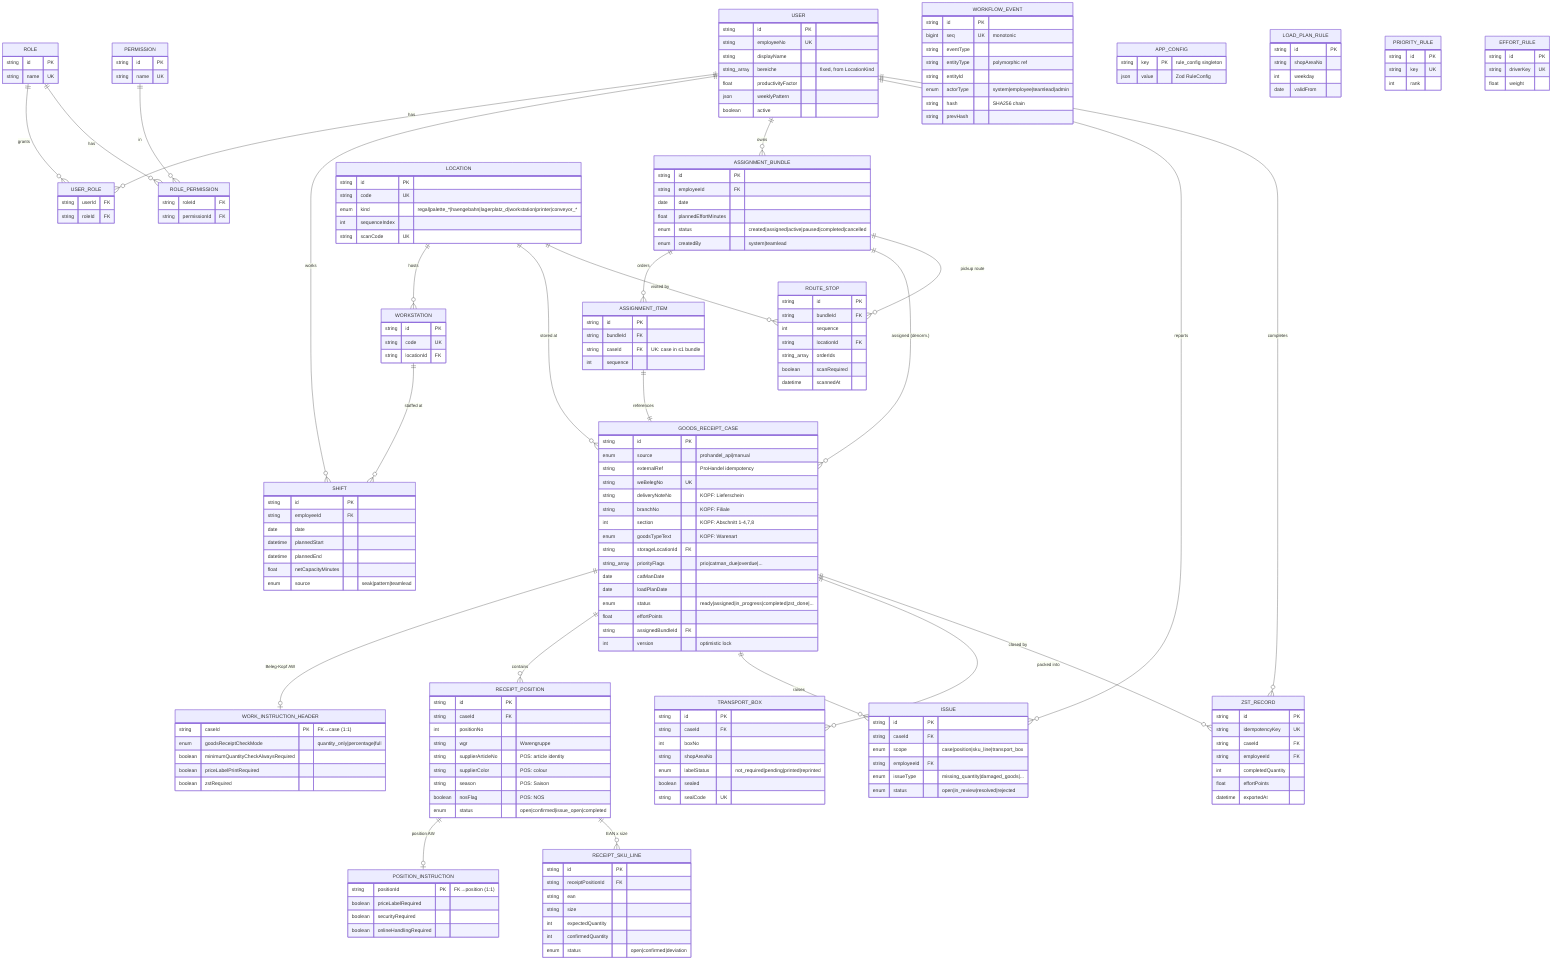
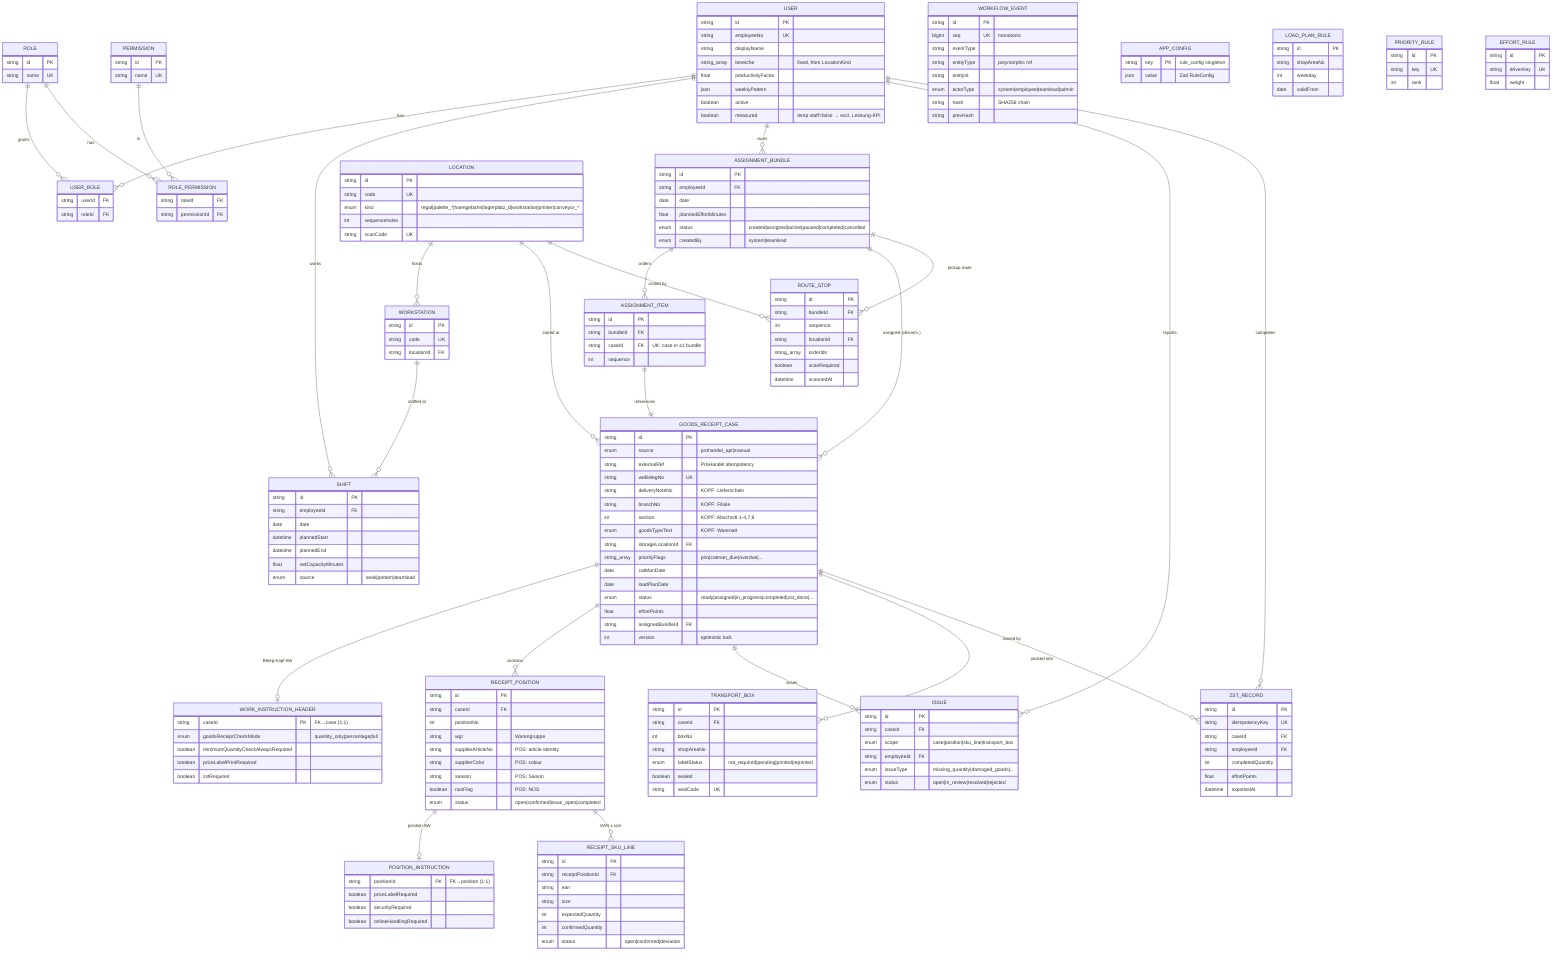
%% Domain / Entity model (ER) — verified against apps/backend-api/prisma/schema.prisma
%% Cardinality: ||--o{ = one-to-many ; ||--|| = one-to-one ; }o--o{ = many-to-many (via join).
%% Warenbezeichnung (ASN/DESADV): Beleg-Kopf fields live on GOODS_RECEIPT_CASE;
%% article identity / NOS / Saison live on RECEIPT_POSITION (see annotations).
erDiagram
    USER ||--o{ USER_ROLE : has
    ROLE ||--o{ USER_ROLE : grants
    ROLE ||--o{ ROLE_PERMISSION : has
    PERMISSION ||--o{ ROLE_PERMISSION : in
    USER ||--o{ SHIFT : works
    USER ||--o{ ASSIGNMENT_BUNDLE : owns
    USER ||--o{ ISSUE : reports
    USER ||--o{ ZST_RECORD : completes

    LOCATION ||--o{ WORKSTATION : hosts
    WORKSTATION ||--o{ SHIFT : "staffed at"
    LOCATION ||--o{ GOODS_RECEIPT_CASE : "stored at"
    LOCATION ||--o{ ROUTE_STOP : "visited by"

    GOODS_RECEIPT_CASE ||--o| WORK_INSTRUCTION_HEADER : "Beleg-Kopf AW"
    GOODS_RECEIPT_CASE ||--o{ RECEIPT_POSITION : contains
    RECEIPT_POSITION ||--o| POSITION_INSTRUCTION : "position AW"
    RECEIPT_POSITION ||--o{ RECEIPT_SKU_LINE : "EAN x size"

    GOODS_RECEIPT_CASE ||--o{ ISSUE : raises
    GOODS_RECEIPT_CASE ||--o{ TRANSPORT_BOX : "packed into"
    GOODS_RECEIPT_CASE ||--o{ ZST_RECORD : "closed by"

    ASSIGNMENT_BUNDLE ||--o{ ASSIGNMENT_ITEM : orders
    ASSIGNMENT_ITEM ||--|| GOODS_RECEIPT_CASE : references
    ASSIGNMENT_BUNDLE ||--o{ GOODS_RECEIPT_CASE : "assigned (denorm.)"
    ASSIGNMENT_BUNDLE ||--o{ ROUTE_STOP : "pickup route"

    USER {
        string id PK
        string employeeNo UK
        string displayName
        string_array bereiche "fixed, from LocationKind"
        float productivityFactor
        json weeklyPattern
        boolean active
+         boolean measured "temp staff=false → excl. Leistung-KPI"
    }
    ROLE { string id PK
        string name UK }
    PERMISSION { string id PK
        string name UK }
    USER_ROLE { string userId FK
        string roleId FK }
    ROLE_PERMISSION { string roleId FK
        string permissionId FK }

    SHIFT {
        string id PK
        string employeeId FK
        date date
        datetime plannedStart
        datetime plannedEnd
        float netCapacityMinutes
        enum source "seak|pattern|teamlead"
    }
    WORKSTATION { string id PK
        string code UK
        string locationId FK }
    LOCATION {
        string id PK
        string code UK
        enum kind "regal|palette_*|haengebahn|lagerplatz_d|workstation|printer|conveyor_*"
        int sequenceIndex
        string scanCode UK
    }

    GOODS_RECEIPT_CASE {
        string id PK
        enum source "prohandel_api|manual"
        string externalRef "ProHandel idempotency"
        string weBelegNo UK
        string deliveryNoteNo "KOPF: Lieferschein"
        string branchNo "KOPF: Filiale"
        int section "KOPF: Abschnitt 1-4,7,8"
        enum goodsTypeText "KOPF: Warenart"
        string storageLocationId FK
        string_array priorityFlags "prio|catman_due|overdue|..."
        date catManDate
        date loadPlanDate
        enum status "ready|assigned|in_progress|completed|zst_done|..."
        float effortPoints
        string assignedBundleId FK
        int version "optimistic lock"
    }
    WORK_INSTRUCTION_HEADER {
        string caseId PK "FK→case (1:1)"
        enum goodsReceiptCheckMode "quantity_only|percentage|full"
        boolean minimumQuantityCheckAlwaysRequired
        boolean priceLabelPrintRequired
        boolean zstRequired
    }
    RECEIPT_POSITION {
        string id PK
        string caseId FK
        int positionNo
        string wgr "Warengruppe"
        string supplierArticleNo "POS: article identity"
        string supplierColor "POS: colour"
        string season "POS: Saison"
        boolean nosFlag "POS: NOS"
        enum status "open|confirmed|issue_open|completed"
    }
    POSITION_INSTRUCTION {
        string positionId PK "FK→position (1:1)"
        boolean priceLabelRequired
        boolean securityRequired
        boolean onlineHandlingRequired
    }
    RECEIPT_SKU_LINE {
        string id PK
        string receiptPositionId FK
        string ean
        string size
        int expectedQuantity
        int confirmedQuantity
        enum status "open|confirmed|deviation"
    }

    ASSIGNMENT_BUNDLE {
        string id PK
        string employeeId FK
        date date
        float plannedEffortMinutes
        enum status "created|assigned|active|paused|completed|cancelled"
        enum createdBy "system|teamlead"
    }
    ASSIGNMENT_ITEM {
        string id PK
        string bundleId FK
        string caseId FK "UK: case in ≤1 bundle"
        int sequence
    }
    ROUTE_STOP {
        string id PK
        string bundleId FK
        int sequence
        string locationId FK
        string_array orderIds
        boolean scanRequired
        datetime scannedAt
    }

    ISSUE {
        string id PK
        string caseId FK
        enum scope "case|position|sku_line|transport_box"
        string employeeId FK
        enum issueType "missing_quantity|damaged_goods|..."
        enum status "open|in_review|resolved|rejected"
    }
    TRANSPORT_BOX {
        string id PK
        string caseId FK
        int boxNo
        string shopAreaNo
        enum labelStatus "not_required|pending|printed|reprinted"
        boolean sealed
        string sealCode UK
    }
    ZST_RECORD {
        string id PK
        string idempotencyKey UK
        string caseId FK
        string employeeId FK
        int completedQuantity
        float effortPoints
        datetime exportedAt
    }

    WORKFLOW_EVENT {
        string id PK
        bigint seq UK "monotonic"
        string eventType
        string entityType "polymorphic ref"
        string entityId
        enum actorType "system|employee|teamlead|admin"
        string hash "SHA256 chain"
        string prevHash
    }
    APP_CONFIG {
        string key PK "rule_config singleton"
        json value "Zod RuleConfig"
    }
    LOAD_PLAN_RULE {
        string id PK
        string shopAreaNo
        int weekday
        date validFrom
    }
    PRIORITY_RULE { string id PK
        string key UK
        int rank }
    EFFORT_RULE { string id PK
        string driverKey UK
        float weight }
